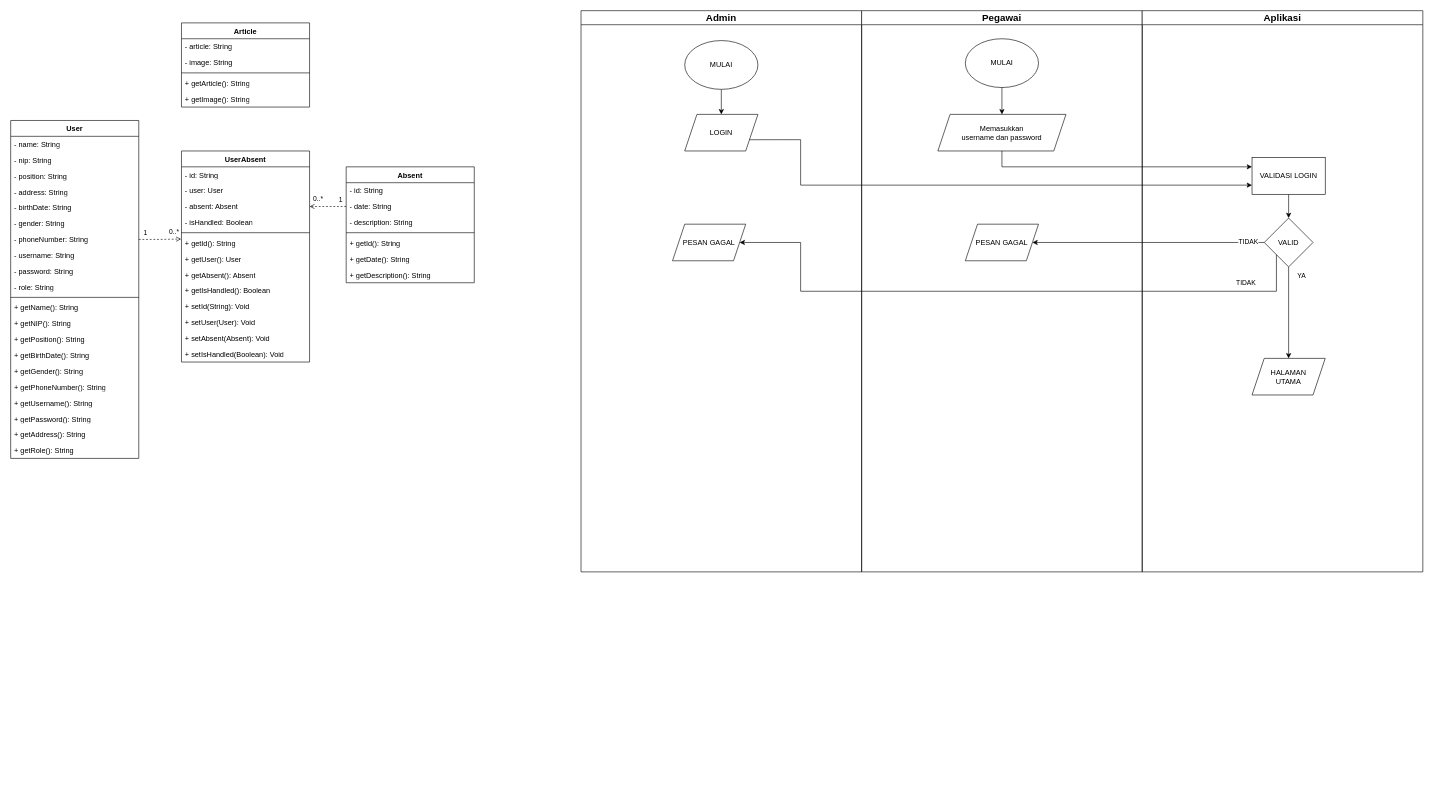
Above: Untitled Diagram.drawio in codetron21/diagram-presensi (draw.io), before the change. Source tidied: cells renumbered, new cells numbered last; positions are measured from the earlier drawing's top-left corner, leaving out a move shared by most shapes. Both pictures are drawn from the tidied source at 61%, with x=0, y=0 at pixel (10, 10).
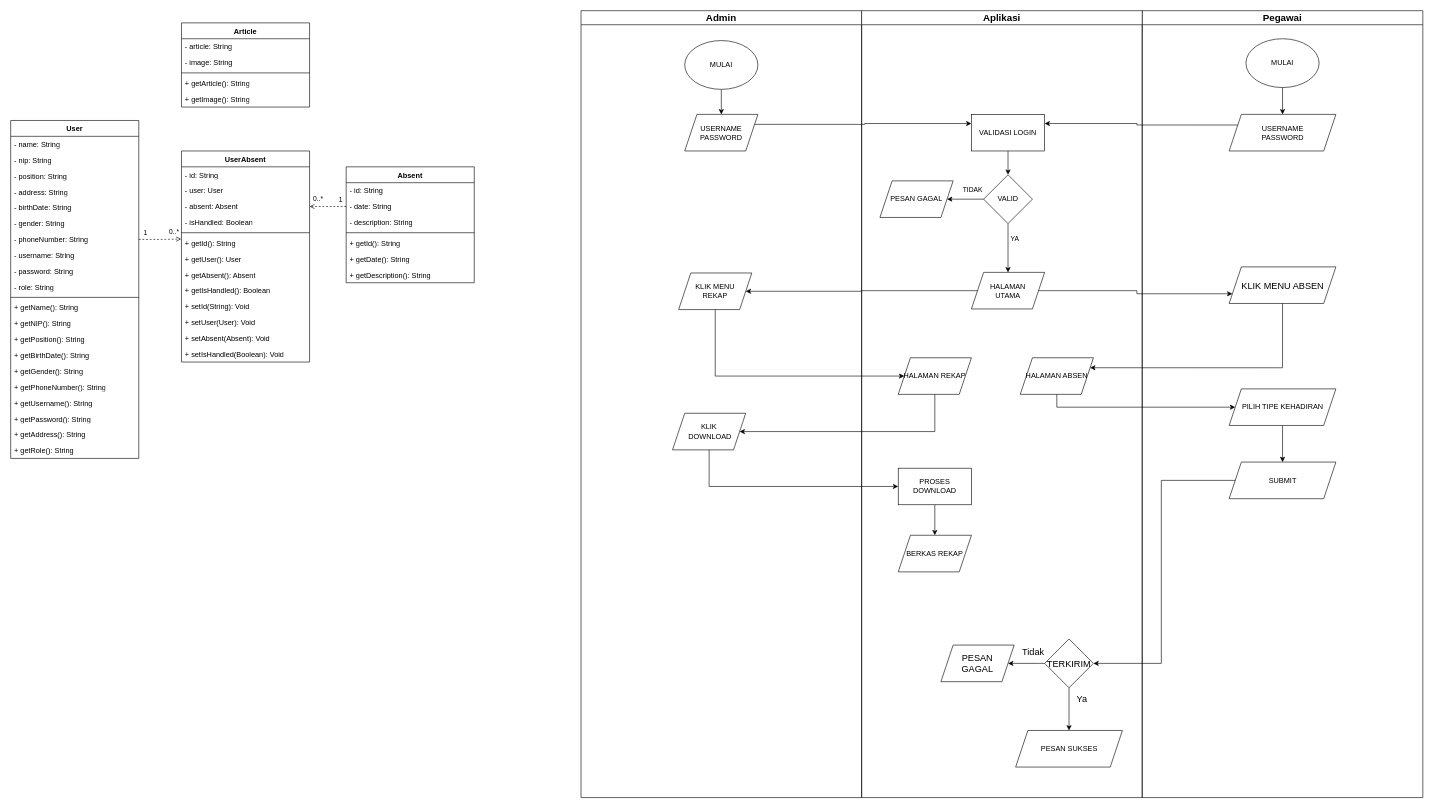
Above is the later version.

Unchanged cells that the change refers to:
```xml
<mxCell id="15" style="edgeStyle=orthogonalEdgeStyle;rounded=0;jettySize=auto;html=1;entryX=0.5;entryY=0;entryDx=0;entryDy=0;" parent="12" edge="1" source="17" target="18">
  <mxGeometry relative="1" as="geometry" />
</mxCell>
```

What changed in the source:
```diff
@@
     <mxCell id="2" value="&lt;font style=&quot;font-size: 16px;&quot;&gt;Admin&lt;/font&gt;" style="swimlane;whiteSpace=wrap;html=1;" parent="1" vertex="1">
-      <mxGeometry x="935" width="460" height="920" as="geometry" />
+      <mxGeometry x="935" width="460" height="1290" as="geometry" />
     </mxCell>
@@
-    <mxCell id="5" value="LOGIN" style="shape=parallelogram;perimeter=parallelogramPerimeter;whiteSpace=wrap;html=1;fixedSize=1;" parent="2" vertex="1">
+    <mxCell id="5" value="&lt;div&gt;USERNAME&lt;/div&gt;&lt;div&gt;PASSWORD&lt;br&gt;&lt;/div&gt;" style="shape=parallelogram;perimeter=parallelogramPerimeter;whiteSpace=wrap;html=1;fixedSize=1;" parent="2" vertex="1">
       <mxGeometry x="170" y="170" width="120" height="60" as="geometry" />
     </mxCell>
-    <mxCell id="6" value="PESAN GAGAL" style="shape=parallelogram;perimeter=parallelogramPerimeter;whiteSpace=wrap;html=1;fixedSize=1;" parent="2" vertex="1">
-      <mxGeometry x="150" y="350" width="120" height="60" as="geometry" />
-    </mxCell>
+    <mxCell id="82" value="&lt;div&gt;KLIK MENU &lt;br&gt;&lt;/div&gt;&lt;div&gt;REKAP&lt;/div&gt;" style="shape=parallelogram;perimeter=parallelogramPerimeter;whiteSpace=wrap;html=1;fixedSize=1;" parent="2" vertex="1">
+      <mxGeometry x="160" y="430" width="120" height="60" as="geometry" />
+    </mxCell>
+    <mxCell id="83" value="&lt;div&gt;KLIK&lt;/div&gt;&lt;div&gt;&amp;nbsp;DOWNLOAD&lt;/div&gt;" style="shape=parallelogram;perimeter=parallelogramPerimeter;whiteSpace=wrap;html=1;fixedSize=1;" parent="2" vertex="1">
+      <mxGeometry x="150" y="660" width="120" height="60" as="geometry" />
+    </mxCell>
     <mxCell id="7" value="&lt;font style=&quot;font-size: 16px;&quot;&gt;Pegawai&lt;/font&gt;" style="swimlane;whiteSpace=wrap;html=1;" parent="1" vertex="1">
-      <mxGeometry x="1395" width="460" height="920" as="geometry" />
+      <mxGeometry x="1855" width="460" height="1290" as="geometry" />
     </mxCell>
@@
-    <mxCell id="9" value="PESAN GAGAL" style="shape=parallelogram;perimeter=parallelogramPerimeter;whiteSpace=wrap;html=1;fixedSize=1;" parent="7" vertex="1">
-      <mxGeometry x="170" y="350" width="120" height="60" as="geometry" />
-    </mxCell>
-    <mxCell id="10" value="Memasukkan &lt;br&gt;username dan password" style="shape=parallelogram;perimeter=parallelogramPerimeter;whiteSpace=wrap;html=1;fixedSize=1;" parent="7" vertex="1">
-      <mxGeometry x="125" y="170" width="210" height="60" as="geometry" />
+    <mxCell id="10" value="USERNAME&lt;div style=&quot;font-size: 12px;&quot;&gt;PASSWORD&lt;/div&gt;" style="shape=parallelogram;perimeter=parallelogramPerimeter;whiteSpace=wrap;html=1;fixedSize=1;fontSize=12;" parent="7" vertex="1">
+      <mxGeometry x="142.5" y="170" width="175" height="60" as="geometry" />
     </mxCell>
@@
+    <mxCell id="84" value="&lt;font style=&quot;font-size: 15px;&quot;&gt;KLIK MENU ABSEN&lt;br&gt;&lt;/font&gt;" style="shape=parallelogram;perimeter=parallelogramPerimeter;whiteSpace=wrap;html=1;fixedSize=1;fontSize=12;" parent="7" vertex="1">
+      <mxGeometry x="142.5" y="420" width="175" height="60" as="geometry" />
+    </mxCell>
+    <mxCell id="85" style="edgeStyle=orthogonalEdgeStyle;rounded=0;jettySize=auto;html=1;fontSize=15;" parent="7" edge="1" source="86" target="87">
+      <mxGeometry relative="1" as="geometry" />
+    </mxCell>
+    <mxCell id="86" value="PILIH TIPE KEHADIRAN" style="shape=parallelogram;perimeter=parallelogramPerimeter;whiteSpace=wrap;html=1;fixedSize=1;fontSize=12;" parent="7" vertex="1">
+      <mxGeometry x="142.5" y="620" width="175" height="60" as="geometry" />
+    </mxCell>
+    <mxCell id="87" value="SUBMIT" style="shape=parallelogram;perimeter=parallelogramPerimeter;whiteSpace=wrap;html=1;fixedSize=1;fontSize=12;" parent="7" vertex="1">
+      <mxGeometry x="142.5" y="740" width="175" height="60" as="geometry" />
+    </mxCell>
     <mxCell id="12" value="&lt;span style=&quot;font-size: 16px;&quot;&gt;Aplikasi&lt;/span&gt;" style="swimlane;whiteSpace=wrap;html=1;" parent="1" vertex="1">
-      <mxGeometry x="1855" width="460" height="920" as="geometry" />
+      <mxGeometry x="1395" width="460" height="1290" as="geometry" />
     </mxCell>
@@
     <mxCell id="14" value="VALIDASI LOGIN" style="rounded=0;whiteSpace=wrap;html=1;" parent="12" vertex="1">
-      <mxGeometry x="180" y="241" width="120" height="60" as="geometry" />
+      <mxGeometry x="180" y="170" width="120" height="60" as="geometry" />
     </mxCell>
@@
     <mxCell id="16" value="YA" style="edgeLabel;html=1;align=center;verticalAlign=middle;" parent="15" vertex="1">
       <mxGeometry x="0.09" y="2" relative="1" as="geometry">
-        <mxPoint x="18" y="-69" as="offset" />
+        <mxPoint x="8" y="-20" as="offset" />
       </mxGeometry>
     </mxCell>
     <mxCell id="17" value="VALID" style="rhombus;whiteSpace=wrap;html=1;" parent="12" vertex="1">
-      <mxGeometry x="200" y="340" width="80" height="80" as="geometry" />
+      <mxGeometry x="200" y="269" width="80" height="80" as="geometry" />
     </mxCell>
     <mxCell id="18" value="HALAMAN &lt;br&gt;UTAMA" style="shape=parallelogram;perimeter=parallelogramPerimeter;whiteSpace=wrap;html=1;fixedSize=1;" parent="12" vertex="1">
-      <mxGeometry x="180" y="570" width="120" height="60" as="geometry" />
+      <mxGeometry x="180" y="429" width="120" height="60" as="geometry" />
     </mxCell>
+    <mxCell id="9" value="PESAN GAGAL" style="shape=parallelogram;perimeter=parallelogramPerimeter;whiteSpace=wrap;html=1;fixedSize=1;" parent="12" vertex="1">
+      <mxGeometry x="30" y="279" width="120" height="60" as="geometry" />
+    </mxCell>
+    <mxCell id="78" style="edgeStyle=orthogonalEdgeStyle;rounded=0;jettySize=auto;html=1;exitX=0;exitY=0.5;exitDx=0;exitDy=0;entryX=1;entryY=0.5;entryDx=0;entryDy=0;" parent="12" edge="1" source="17" target="9">
+      <mxGeometry relative="1" as="geometry" />
+    </mxCell>
+    <mxCell id="79" value="TIDAK" style="edgeLabel;html=1;align=center;verticalAlign=middle;" parent="78" vertex="1">
+      <mxGeometry x="-0.86" y="-2" relative="1" as="geometry">
+        <mxPoint x="-15" y="-14" as="offset" />
+      </mxGeometry>
+    </mxCell>
+    <mxCell id="88" value="HALAMAN ABSEN" style="shape=parallelogram;perimeter=parallelogramPerimeter;whiteSpace=wrap;html=1;fixedSize=1;" parent="12" vertex="1">
+      <mxGeometry x="260" y="569" width="120" height="60" as="geometry" />
+    </mxCell>
+    <mxCell id="89" style="edgeStyle=orthogonalEdgeStyle;rounded=0;jettySize=auto;html=1;exitX=0;exitY=0.5;exitDx=0;exitDy=0;fontSize=15;" parent="12" edge="1" source="93" target="6">
+      <mxGeometry relative="1" as="geometry">
+        <Array as="points">
+          <mxPoint x="290" y="1070" />
+          <mxPoint x="290" y="1070" />
+        </Array>
+      </mxGeometry>
+    </mxCell>
+    <mxCell id="90" value="Tidak" style="edgeLabel;html=1;align=center;verticalAlign=middle;fontSize=15;" parent="89" vertex="1">
+      <mxGeometry x="-0.79" relative="1" as="geometry">
+        <mxPoint x="-14" y="-20" as="offset" />
+      </mxGeometry>
+    </mxCell>
+    <mxCell id="91" style="edgeStyle=orthogonalEdgeStyle;rounded=0;jettySize=auto;html=1;fontSize=15;" parent="12" edge="1" source="93" target="94">
+      <mxGeometry relative="1" as="geometry">
+        <Array as="points">
+          <mxPoint x="340" y="1130" />
+          <mxPoint x="340" y="1130" />
+        </Array>
+      </mxGeometry>
+    </mxCell>
+    <mxCell id="92" value="Ya" style="edgeLabel;html=1;align=center;verticalAlign=middle;fontSize=15;" parent="91" vertex="1">
+      <mxGeometry x="-0.52" y="9" relative="1" as="geometry">
+        <mxPoint x="11" as="offset" />
+      </mxGeometry>
+    </mxCell>
+    <mxCell id="93" value="TERKIRIM" style="rhombus;whiteSpace=wrap;html=1;fontSize=15;" parent="12" vertex="1">
+      <mxGeometry x="300" y="1030" width="80" height="80" as="geometry" />
+    </mxCell>
+    <mxCell id="6" value="&lt;div&gt;PESAN &lt;br&gt;&lt;/div&gt;&lt;div&gt;GAGAL&lt;/div&gt;" style="shape=parallelogram;perimeter=parallelogramPerimeter;whiteSpace=wrap;html=1;fixedSize=1;fontSize=15;" parent="12" vertex="1">
+      <mxGeometry x="130" y="1040" width="120" height="60" as="geometry" />
+    </mxCell>
+    <mxCell id="94" value="PESAN SUKSES" style="shape=parallelogram;perimeter=parallelogramPerimeter;whiteSpace=wrap;html=1;fixedSize=1;fontSize=12;" parent="12" vertex="1">
+      <mxGeometry x="252.5" y="1180" width="175" height="60" as="geometry" />
+    </mxCell>
+    <mxCell id="95" value="HALAMAN REKAP" style="shape=parallelogram;perimeter=parallelogramPerimeter;whiteSpace=wrap;html=1;fixedSize=1;" parent="12" vertex="1">
+      <mxGeometry x="60" y="569" width="120" height="60" as="geometry" />
+    </mxCell>
+    <mxCell id="96" style="edgeStyle=orthogonalEdgeStyle;rounded=0;jettySize=auto;html=1;exitX=0.5;exitY=1;exitDx=0;exitDy=0;entryX=0.5;entryY=0;entryDx=0;entryDy=0;fontSize=15;" parent="12" edge="1" source="97" target="98">
+      <mxGeometry relative="1" as="geometry" />
+    </mxCell>
+    <mxCell id="97" value="PROSES DOWNLOAD" style="rounded=0;whiteSpace=wrap;html=1;" parent="12" vertex="1">
+      <mxGeometry x="60" y="750" width="120" height="60" as="geometry" />
+    </mxCell>
+    <mxCell id="98" value="BERKAS REKAP" style="shape=parallelogram;perimeter=parallelogramPerimeter;whiteSpace=wrap;html=1;fixedSize=1;" parent="12" vertex="1">
+      <mxGeometry x="60" y="860" width="120" height="60" as="geometry" />
+    </mxCell>
@@
-    <mxCell id="76" style="edgeStyle=orthogonalEdgeStyle;rounded=0;jettySize=auto;html=1;exitX=0.5;exitY=1;exitDx=0;exitDy=0;entryX=0;entryY=0.25;entryDx=0;entryDy=0;" parent="1" edge="1" source="10" target="14">
+    <mxCell id="76" style="edgeStyle=orthogonalEdgeStyle;rounded=0;jettySize=auto;html=1;exitX=0;exitY=0.25;exitDx=0;exitDy=0;entryX=1;entryY=0.25;entryDx=0;entryDy=0;fontSize=15;" parent="1" edge="1" source="10" target="14">
       <mxGeometry relative="1" as="geometry" />
     </mxCell>
-    <mxCell id="77" style="edgeStyle=orthogonalEdgeStyle;rounded=0;jettySize=auto;html=1;exitX=1;exitY=0.75;exitDx=0;exitDy=0;entryX=0;entryY=0.75;entryDx=0;entryDy=0;" parent="1" edge="1" source="5" target="14">
-      <mxGeometry relative="1" as="geometry">
-        <Array as="points">
-          <mxPoint x="1295" y="211" />
-          <mxPoint x="1295" y="286" />
-        </Array>
-      </mxGeometry>
+    <mxCell id="77" style="edgeStyle=orthogonalEdgeStyle;rounded=0;jettySize=auto;html=1;exitX=1;exitY=0.25;exitDx=0;exitDy=0;entryX=0;entryY=0.25;entryDx=0;entryDy=0;fontSize=15;" parent="1" edge="1" source="5" target="14">
+      <mxGeometry relative="1" as="geometry" />
     </mxCell>
-    <mxCell id="78" style="edgeStyle=orthogonalEdgeStyle;rounded=0;jettySize=auto;html=1;exitX=0;exitY=0.5;exitDx=0;exitDy=0;entryX=1;entryY=0.5;entryDx=0;entryDy=0;" parent="1" edge="1" source="17" target="9">
-      <mxGeometry relative="1" as="geometry" />
-    </mxCell>
-    <mxCell id="79" value="TIDAK" style="edgeLabel;html=1;align=center;verticalAlign=middle;" parent="78" vertex="1">
-      <mxGeometry x="-0.86" y="-2" relative="1" as="geometry" />
-    </mxCell>
-    <mxCell id="80" style="edgeStyle=orthogonalEdgeStyle;rounded=0;jettySize=auto;html=1;exitX=0;exitY=1;exitDx=0;exitDy=0;entryX=1;entryY=0.5;entryDx=0;entryDy=0;" parent="1" edge="1" source="17" target="6">
-      <mxGeometry relative="1" as="geometry">
-        <Array as="points">
-          <mxPoint x="2075" y="460" />
-          <mxPoint x="1295" y="460" />
-          <mxPoint x="1295" y="380" />
-        </Array>
-      </mxGeometry>
-    </mxCell>
-    <mxCell id="81" value="TIDAK" style="edgeLabel;html=1;align=center;verticalAlign=middle;" parent="80" vertex="1">
-      <mxGeometry x="-0.71" y="4" relative="1" as="geometry">
-        <mxPoint x="37" y="-18" as="offset" />
-      </mxGeometry>
-    </mxCell>
+    <mxCell id="99" style="edgeStyle=orthogonalEdgeStyle;rounded=0;jettySize=auto;html=1;exitX=1;exitY=0.5;exitDx=0;exitDy=0;entryX=0;entryY=0.75;entryDx=0;entryDy=0;fontSize=15;" parent="1" edge="1" source="18" target="84">
+      <mxGeometry relative="1" as="geometry" />
+    </mxCell>
+    <mxCell id="100" style="edgeStyle=orthogonalEdgeStyle;rounded=0;jettySize=auto;html=1;exitX=0.5;exitY=1;exitDx=0;exitDy=0;entryX=1;entryY=0.25;entryDx=0;entryDy=0;fontSize=15;" parent="1" edge="1" source="84" target="88">
+      <mxGeometry relative="1" as="geometry">
+        <Array as="points">
+          <mxPoint x="2085" y="585" />
+        </Array>
+      </mxGeometry>
+    </mxCell>
+    <mxCell id="101" style="edgeStyle=orthogonalEdgeStyle;rounded=0;jettySize=auto;html=1;exitX=0.5;exitY=1;exitDx=0;exitDy=0;entryX=0;entryY=0.5;entryDx=0;entryDy=0;fontSize=15;" parent="1" edge="1" source="88" target="86">
+      <mxGeometry relative="1" as="geometry" />
+    </mxCell>
+    <mxCell id="102" style="edgeStyle=orthogonalEdgeStyle;rounded=0;jettySize=auto;html=1;exitX=0;exitY=0.5;exitDx=0;exitDy=0;entryX=1;entryY=0.5;entryDx=0;entryDy=0;fontSize=15;" parent="1" edge="1" source="87" target="93">
+      <mxGeometry relative="1" as="geometry" />
+    </mxCell>
+    <mxCell id="103" style="edgeStyle=orthogonalEdgeStyle;rounded=0;jettySize=auto;html=1;exitX=0;exitY=0.5;exitDx=0;exitDy=0;entryX=1;entryY=0.5;entryDx=0;entryDy=0;fontSize=15;" parent="1" edge="1" source="18" target="82">
+      <mxGeometry relative="1" as="geometry" />
+    </mxCell>
+    <mxCell id="104" style="edgeStyle=orthogonalEdgeStyle;rounded=0;jettySize=auto;html=1;exitX=0.5;exitY=1;exitDx=0;exitDy=0;entryX=0;entryY=0.5;entryDx=0;entryDy=0;fontSize=15;" parent="1" edge="1" source="82" target="95">
+      <mxGeometry relative="1" as="geometry">
+        <Array as="points">
+          <mxPoint x="1155" y="599" />
+        </Array>
+      </mxGeometry>
+    </mxCell>
+    <mxCell id="105" style="edgeStyle=orthogonalEdgeStyle;rounded=0;jettySize=auto;html=1;exitX=0.5;exitY=1;exitDx=0;exitDy=0;entryX=1;entryY=0.5;entryDx=0;entryDy=0;fontSize=15;" parent="1" edge="1" source="95" target="83">
+      <mxGeometry relative="1" as="geometry">
+        <Array as="points">
+          <mxPoint x="1515" y="690" />
+        </Array>
+      </mxGeometry>
+    </mxCell>
+    <mxCell id="106" style="edgeStyle=orthogonalEdgeStyle;rounded=0;jettySize=auto;html=1;exitX=0.5;exitY=1;exitDx=0;exitDy=0;entryX=0;entryY=0.5;entryDx=0;entryDy=0;fontSize=15;" parent="1" edge="1" source="83" target="97">
+      <mxGeometry relative="1" as="geometry" />
+    </mxCell>
```
